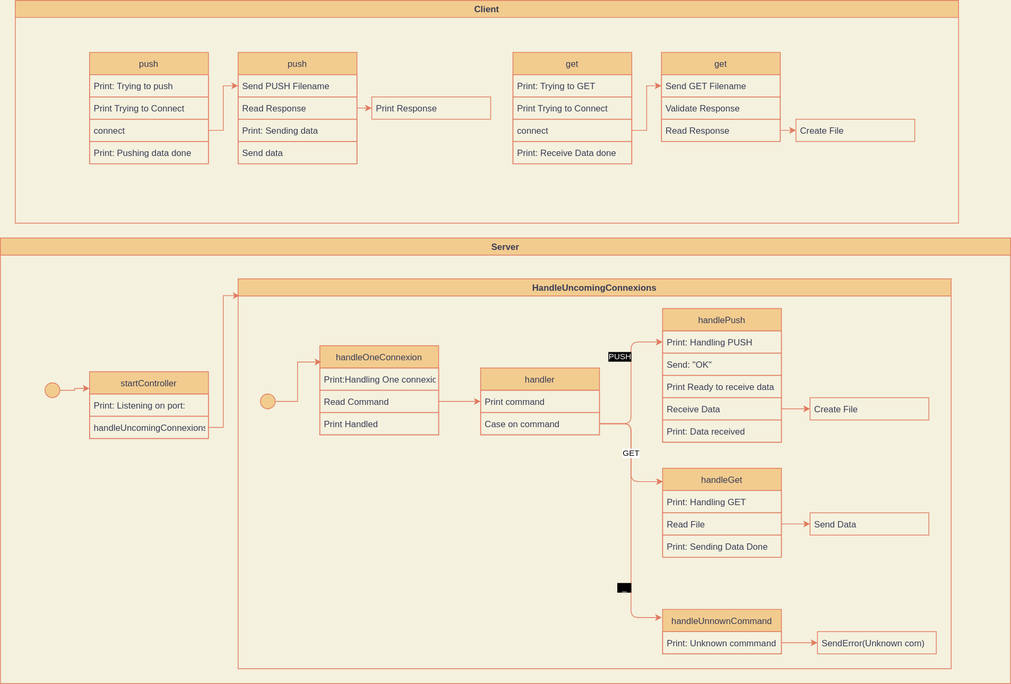
carlosfy/encrypted-storage keeps this draw.io diagram as Schema.svg. Above is the earlier version. Source tidied: cells renumbered, new cells last; positions are measured from the earlier drawing's top-left corner, leaving out a move shared by most shapes.
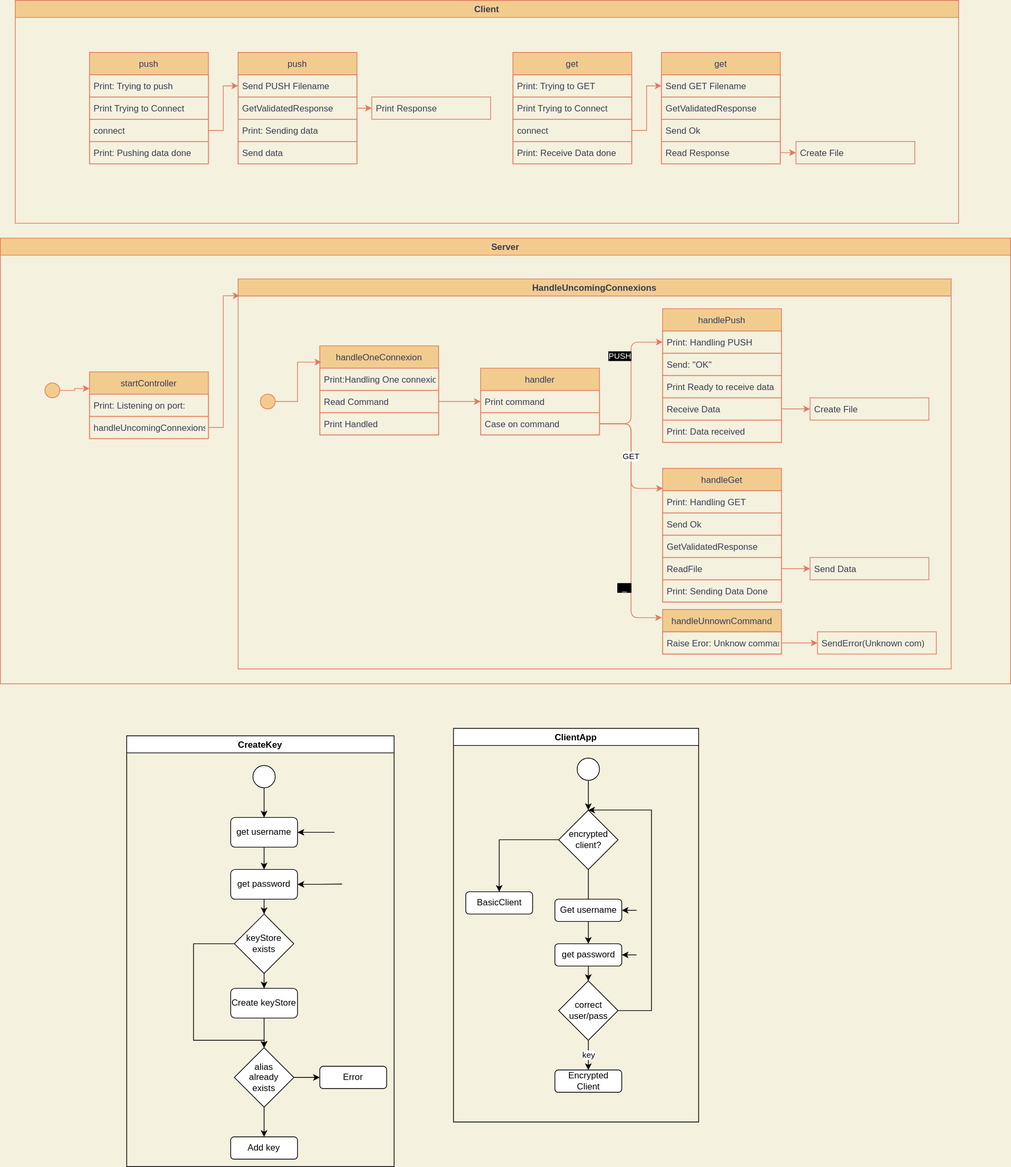
After the commit.

Commit message:
Add flowcharts to schema

Change to the diagram source:
```diff
@@ -26,7 +26,7 @@
     <mxCell id="9" value="Send PUSH Filename" style="text;strokeColor=#E07A5F;fillColor=none;align=left;verticalAlign=middle;spacingLeft=4;spacingRight=4;overflow=hidden;points=[[0,0.5],[1,0.5]];portConstraint=eastwest;fontColor=#393C56;" parent="8" vertex="1">
       <mxGeometry y="30" width="160" height="30" as="geometry" />
     </mxCell>
-    <mxCell id="10" value="Read Response" style="text;strokeColor=#E07A5F;fillColor=none;align=left;verticalAlign=middle;spacingLeft=4;spacingRight=4;overflow=hidden;points=[[0,0.5],[1,0.5]];portConstraint=eastwest;fontColor=#393C56;" parent="8" vertex="1">
+    <mxCell id="10" value="GetValidatedResponse" style="text;strokeColor=#E07A5F;fillColor=none;align=left;verticalAlign=middle;spacingLeft=4;spacingRight=4;overflow=hidden;points=[[0,0.5],[1,0.5]];portConstraint=eastwest;fontColor=#393C56;" parent="8" vertex="1">
       <mxGeometry y="60" width="160" height="30" as="geometry" />
     </mxCell>
     <mxCell id="11" value="Print: Sending data" style="text;strokeColor=#E07A5F;fillColor=none;align=left;verticalAlign=middle;spacingLeft=4;spacingRight=4;overflow=hidden;fontColor=#393C56;" parent="8" vertex="1">
@@ -60,22 +60,25 @@
       <mxGeometry y="120" width="160" height="30" as="geometry" />
     </mxCell>
     <mxCell id="21" value="get" style="swimlane;fontStyle=0;horizontal=1;startSize=30;strokeColor=#E07A5F;fillColor=#F2CC8F;fontColor=#393C56;" parent="2" vertex="1">
-      <mxGeometry x="870" y="70" width="160" height="120" as="geometry" />
+      <mxGeometry x="870" y="70" width="160" height="150" as="geometry" />
     </mxCell>
     <mxCell id="22" value="Send GET Filename" style="text;strokeColor=#E07A5F;fillColor=none;align=left;verticalAlign=middle;spacingLeft=4;spacingRight=4;overflow=hidden;points=[[0,0.5],[1,0.5]];portConstraint=eastwest;fontColor=#393C56;" parent="21" vertex="1">
       <mxGeometry y="30" width="160" height="30" as="geometry" />
     </mxCell>
-    <mxCell id="23" value="Validate Response" style="text;strokeColor=#E07A5F;fillColor=none;align=left;verticalAlign=middle;spacingLeft=4;spacingRight=4;overflow=hidden;fontColor=#393C56;" parent="21" vertex="1">
+    <mxCell id="23" value="GetValidatedResponse" style="text;strokeColor=#E07A5F;fillColor=none;align=left;verticalAlign=middle;spacingLeft=4;spacingRight=4;overflow=hidden;fontColor=#393C56;" parent="21" vertex="1">
       <mxGeometry y="60" width="160" height="30" as="geometry" />
     </mxCell>
+    <mxCell id="67" value="Send Ok" style="text;strokeColor=#E07A5F;fillColor=none;align=left;verticalAlign=middle;spacingLeft=4;spacingRight=4;overflow=hidden;fontColor=#393C56;" parent="21" vertex="1">
+      <mxGeometry y="90" width="160" height="30" as="geometry" />
+    </mxCell>
     <mxCell id="24" value="Read Response" style="text;strokeColor=#E07A5F;fillColor=none;align=left;verticalAlign=middle;spacingLeft=4;spacingRight=4;overflow=hidden;points=[[0,0.5],[1,0.5]];portConstraint=eastwest;fontColor=#393C56;" parent="21" vertex="1">
-      <mxGeometry y="90" width="160" height="30" as="geometry" />
+      <mxGeometry y="120" width="160" height="30" as="geometry" />
     </mxCell>
     <mxCell id="25" style="edgeStyle=orthogonalEdgeStyle;rounded=0;jettySize=auto;html=1;exitX=1;exitY=0.5;exitDx=0;exitDy=0;labelBackgroundColor=#F4F1DE;strokeColor=#E07A5F;fontColor=#393C56;" parent="2" edge="1" source="19" target="22">
       <mxGeometry relative="1" as="geometry" />
     </mxCell>
     <mxCell id="26" value="Create File" style="text;strokeColor=#E07A5F;fillColor=none;align=left;verticalAlign=middle;spacingLeft=4;spacingRight=4;overflow=hidden;points=[[0,0.5],[1,0.5]];portConstraint=eastwest;fontColor=#393C56;" parent="2" vertex="1">
-      <mxGeometry x="1051" y="160" width="160" height="30" as="geometry" />
+      <mxGeometry x="1051" y="190" width="160" height="30" as="geometry" />
     </mxCell>
     <mxCell id="27" style="edgeStyle=orthogonalEdgeStyle;rounded=0;jettySize=auto;html=1;exitX=1;exitY=0.5;exitDx=0;exitDy=0;labelBackgroundColor=#F4F1DE;strokeColor=#E07A5F;fontColor=#393C56;" parent="2" edge="1" source="24" target="26">
       <mxGeometry relative="1" as="geometry" />
@@ -128,7 +131,7 @@
     <mxCell id="43" value="handleUnnownCommand" style="swimlane;fontStyle=0;horizontal=1;startSize=30;strokeColor=#E07A5F;fillColor=#F2CC8F;fontColor=#393C56;" parent="32" vertex="1">
       <mxGeometry x="571.5" y="445" width="160" height="60" as="geometry" />
     </mxCell>
-    <mxCell id="44" value="Print: Unknown commmand" style="text;strokeColor=#E07A5F;fillColor=none;align=left;verticalAlign=middle;spacingLeft=4;spacingRight=4;overflow=hidden;points=[[0,0.5],[1,0.5]];portConstraint=eastwest;fontColor=#393C56;" parent="43" vertex="1">
+    <mxCell id="44" value="Raise Eror: Unknow command" style="text;strokeColor=#E07A5F;fillColor=none;align=left;verticalAlign=middle;spacingLeft=4;spacingRight=4;overflow=hidden;points=[[0,0.5],[1,0.5]];portConstraint=eastwest;fontColor=#393C56;" parent="43" vertex="1">
       <mxGeometry y="30" width="160" height="30" as="geometry" />
     </mxCell>
     <mxCell id="45" value="&amp;nbsp; _&amp;nbsp;&amp;nbsp;" style="edgeStyle=orthogonalEdgeStyle;rounded=1;jettySize=auto;html=1;exitX=1;exitY=0.5;exitDx=0;exitDy=0;entryX=-0.006;entryY=0.183;entryDx=0;entryDy=0;entryPerimeter=0;strokeColor=#E07A5F;labelBackgroundColor=#000000;fontColor=#FFFFFF;" parent="32" edge="1" source="35" target="43">
@@ -156,16 +159,22 @@
       <mxGeometry x="30" y="155" width="20" height="20" as="geometry" />
     </mxCell>
     <mxCell id="53" value="handleGet" style="swimlane;fontStyle=0;horizontal=1;startSize=30;strokeColor=#E07A5F;fillColor=#F2CC8F;fontColor=#393C56;" parent="32" vertex="1">
-      <mxGeometry x="571.5" y="255" width="160" height="120" as="geometry" />
+      <mxGeometry x="571.5" y="255" width="160" height="180" as="geometry" />
     </mxCell>
     <mxCell id="54" value="Print: Handling GET" style="text;strokeColor=#E07A5F;fillColor=none;align=left;verticalAlign=middle;spacingLeft=4;spacingRight=4;overflow=hidden;fontColor=#393C56;" parent="53" vertex="1">
       <mxGeometry y="30" width="160" height="30" as="geometry" />
     </mxCell>
+    <mxCell id="68" value="Send Ok" style="text;strokeColor=#E07A5F;fillColor=none;align=left;verticalAlign=middle;spacingLeft=4;spacingRight=4;overflow=hidden;fontColor=#393C56;" parent="53" vertex="1">
+      <mxGeometry y="60" width="160" height="30" as="geometry" />
+    </mxCell>
+    <mxCell id="69" value="GetValidatedResponse" style="text;strokeColor=#E07A5F;fillColor=none;align=left;verticalAlign=middle;spacingLeft=4;spacingRight=4;overflow=hidden;fontColor=#393C56;" parent="53" vertex="1">
+      <mxGeometry y="90" width="160" height="30" as="geometry" />
+    </mxCell>
-    <mxCell id="55" value="Read File" style="text;strokeColor=#E07A5F;fillColor=none;align=left;verticalAlign=middle;spacingLeft=4;spacingRight=4;overflow=hidden;points=[[0,0.5],[1,0.5]];portConstraint=eastwest;fontColor=#393C56;" parent="53" vertex="1">
-      <mxGeometry y="60" width="160" height="30" as="geometry" />
+    <mxCell id="55" value="ReadFile" style="text;strokeColor=#E07A5F;fillColor=none;align=left;verticalAlign=middle;spacingLeft=4;spacingRight=4;overflow=hidden;points=[[0,0.5],[1,0.5]];portConstraint=eastwest;fontColor=#393C56;" parent="53" vertex="1">
+      <mxGeometry y="120" width="160" height="30" as="geometry" />
     </mxCell>
     <mxCell id="56" value="Print: Sending Data Done" style="text;strokeColor=#E07A5F;fillColor=none;align=left;verticalAlign=middle;spacingLeft=4;spacingRight=4;overflow=hidden;fontColor=#393C56;" parent="53" vertex="1">
-      <mxGeometry y="90" width="160" height="30" as="geometry" />
+      <mxGeometry y="150" width="160" height="30" as="geometry" />
     </mxCell>
     <mxCell id="57" value="GET" style="edgeStyle=orthogonalEdgeStyle;rounded=1;jettySize=auto;html=1;exitX=1;exitY=0.5;exitDx=0;exitDy=0;entryX=0.003;entryY=0.15;entryDx=0;entryDy=0;entryPerimeter=0;fillColor=#a20025;strokeColor=#E07A5F;" parent="32" edge="1" source="35" target="53">
       <mxGeometry relative="1" as="geometry" />
@@ -177,7 +186,7 @@
       <mxGeometry relative="1" as="geometry" />
     </mxCell>
     <mxCell id="60" value="Send Data" style="text;strokeColor=#E07A5F;fillColor=none;align=left;verticalAlign=middle;spacingLeft=4;spacingRight=4;overflow=hidden;points=[[0,0.5],[1,0.5]];portConstraint=eastwest;fontColor=#393C56;" parent="32" vertex="1">
-      <mxGeometry x="770" y="315" width="160" height="30" as="geometry" />
+      <mxGeometry x="770" y="375" width="160" height="30" as="geometry" />
     </mxCell>
     <mxCell id="61" style="edgeStyle=orthogonalEdgeStyle;rounded=0;jettySize=auto;html=1;exitX=1;exitY=0.5;exitDx=0;exitDy=0;entryX=0;entryY=0.5;entryDx=0;entryDy=0;strokeColor=#E07A5F;" parent="32" edge="1" source="55" target="60">
       <mxGeometry relative="1" as="geometry" />
@@ -197,5 +206,132 @@
     <mxCell id="66" style="edgeStyle=orthogonalEdgeStyle;rounded=0;jettySize=auto;html=1;exitX=1;exitY=0.5;exitDx=0;exitDy=0;labelBackgroundColor=#F4F1DE;strokeColor=#E07A5F;fontColor=#393C56;" parent="28" edge="1" source="44" target="65">
       <mxGeometry relative="1" as="geometry" />
     </mxCell>
+    <mxCell id="70" value="ClientApp" style="swimlane;" parent="1" vertex="1">
+      <mxGeometry x="610" y="980" width="330" height="530" as="geometry" />
+    </mxCell>
+    <mxCell id="71" style="ellipse;whiteSpace=wrap;html=1;" parent="70" vertex="1">
+      <mxGeometry x="166.5" y="40" width="30" height="30" as="geometry" />
+    </mxCell>
+    <mxCell id="72" style="edgeStyle=orthogonalEdgeStyle;rounded=0;jettySize=auto;html=1;exitX=0.5;exitY=0;exitDx=0;exitDy=0;entryX=0.5;entryY=1;entryDx=0;entryDy=0;startArrow=classic;startFill=1;endArrow=none;endFill=0;strokeColor=#000000;" parent="70" edge="1" source="73" target="71">
+      <mxGeometry relative="1" as="geometry" />
+    </mxCell>
+    <mxCell id="73" value="encrypted&lt;br&gt;client?" style="rhombus;whiteSpace=wrap;html=1;" parent="70" vertex="1">
+      <mxGeometry x="141.5" y="110" width="80" height="80" as="geometry" />
+    </mxCell>
+    <mxCell id="74" style="edgeStyle=orthogonalEdgeStyle;rounded=0;jettySize=auto;html=1;entryX=0.5;entryY=1;entryDx=0;entryDy=0;startArrow=none;startFill=1;endArrow=none;endFill=0;strokeColor=#000000;" parent="70" edge="1" source="76" target="73">
+      <mxGeometry relative="1" as="geometry" />
+    </mxCell>
+    <mxCell id="75" style="edgeStyle=orthogonalEdgeStyle;rounded=0;jettySize=auto;html=1;exitX=1;exitY=0.5;exitDx=0;exitDy=0;startArrow=classic;startFill=1;endArrow=none;endFill=0;strokeColor=#000000;" parent="70" edge="1" source="76">
+      <mxGeometry relative="1" as="geometry">
+        <mxPoint x="246.5" y="245" as="targetPoint" />
+      </mxGeometry>
+    </mxCell>
+    <mxCell id="76" value="Get username" style="rounded=1;whiteSpace=wrap;html=1;" parent="70" vertex="1">
+      <mxGeometry x="136.5" y="230" width="90" height="30" as="geometry" />
+    </mxCell>
+    <mxCell id="77" style="edgeStyle=orthogonalEdgeStyle;rounded=0;jettySize=auto;html=1;exitX=0.5;exitY=0;exitDx=0;exitDy=0;entryX=0.5;entryY=1;entryDx=0;entryDy=0;startArrow=classic;startFill=1;endArrow=none;endFill=0;strokeColor=#000000;" parent="70" edge="1" source="79" target="76">
+      <mxGeometry relative="1" as="geometry" />
+    </mxCell>
+    <mxCell id="78" style="edgeStyle=orthogonalEdgeStyle;rounded=0;jettySize=auto;html=1;exitX=1;exitY=0.5;exitDx=0;exitDy=0;startArrow=classic;startFill=1;endArrow=none;endFill=0;strokeColor=#000000;" parent="70" edge="1" source="79">
+      <mxGeometry relative="1" as="geometry">
+        <mxPoint x="246.5" y="305" as="targetPoint" />
+      </mxGeometry>
+    </mxCell>
+    <mxCell id="79" value="get password" style="rounded=1;whiteSpace=wrap;html=1;" parent="70" vertex="1">
+      <mxGeometry x="136.5" y="290" width="90" height="30" as="geometry" />
+    </mxCell>
+    <mxCell id="80" style="edgeStyle=orthogonalEdgeStyle;rounded=0;jettySize=auto;html=1;exitX=0.5;exitY=0;exitDx=0;exitDy=0;startArrow=classic;startFill=1;endArrow=none;endFill=0;strokeColor=#000000;" parent="70" edge="1" source="81" target="79">
+      <mxGeometry relative="1" as="geometry" />
+    </mxCell>
+    <mxCell id="81" value="correct&lt;br&gt;user/pass" style="rhombus;whiteSpace=wrap;html=1;" parent="70" vertex="1">
+      <mxGeometry x="141.5" y="340" width="80" height="80" as="geometry" />
+    </mxCell>
+    <mxCell id="82" style="edgeStyle=orthogonalEdgeStyle;rounded=0;jettySize=auto;html=1;exitX=0.5;exitY=0;exitDx=0;exitDy=0;entryX=1;entryY=0.5;entryDx=0;entryDy=0;startArrow=classic;startFill=1;endArrow=none;endFill=0;strokeColor=#000000;" parent="70" edge="1" source="73" target="81">
+      <mxGeometry relative="1" as="geometry">
+        <Array as="points">
+          <mxPoint x="266.5" y="110" />
+          <mxPoint x="266.5" y="380" />
+        </Array>
+      </mxGeometry>
+    </mxCell>
+    <mxCell id="83" value="key" style="edgeStyle=orthogonalEdgeStyle;rounded=0;jettySize=auto;html=1;exitX=0.5;exitY=0;exitDx=0;exitDy=0;startArrow=classic;startFill=1;endArrow=none;endFill=0;strokeColor=#000000;" parent="70" edge="1" source="84" target="81">
+      <mxGeometry relative="1" as="geometry" />
+    </mxCell>
+    <mxCell id="84" value="Encrypted Client" style="rounded=1;whiteSpace=wrap;html=1;" parent="70" vertex="1">
+      <mxGeometry x="136.5" y="460" width="90" height="30" as="geometry" />
+    </mxCell>
+    <mxCell id="85" style="edgeStyle=orthogonalEdgeStyle;rounded=0;jettySize=auto;html=1;exitX=0.5;exitY=0;exitDx=0;exitDy=0;entryX=0;entryY=0.5;entryDx=0;entryDy=0;startArrow=classic;startFill=1;endArrow=none;endFill=0;strokeColor=#000000;" parent="70" edge="1" source="86" target="73">
+      <mxGeometry relative="1" as="geometry" />
+    </mxCell>
+    <mxCell id="86" value="BasicClient" style="rounded=1;whiteSpace=wrap;html=1;" parent="70" vertex="1">
+      <mxGeometry x="16.5" y="220" width="90" height="30" as="geometry" />
+    </mxCell>
+    <mxCell id="87" value="CreateKey" style="swimlane;" parent="1" vertex="1">
+      <mxGeometry x="170" y="990" width="360" height="580" as="geometry" />
+    </mxCell>
+    <mxCell id="88" style="ellipse;whiteSpace=wrap;html=1;" parent="87" vertex="1">
+      <mxGeometry x="170" y="40" width="30" height="30" as="geometry" />
+    </mxCell>
+    <mxCell id="89" style="edgeStyle=orthogonalEdgeStyle;rounded=0;jettySize=auto;html=1;exitX=1;exitY=0.5;exitDx=0;exitDy=0;startArrow=classic;startFill=1;endArrow=none;endFill=0;strokeColor=#000000;" parent="87" edge="1" source="91">
+      <mxGeometry relative="1" as="geometry">
+        <mxPoint x="280" y="130" as="targetPoint" />
+      </mxGeometry>
+    </mxCell>
+    <mxCell id="90" style="edgeStyle=orthogonalEdgeStyle;rounded=0;jettySize=auto;html=1;exitX=0.5;exitY=0;exitDx=0;exitDy=0;entryX=0.5;entryY=1;entryDx=0;entryDy=0;startArrow=classic;startFill=1;endArrow=none;endFill=0;strokeColor=#000000;" parent="87" edge="1" source="91" target="88">
+      <mxGeometry relative="1" as="geometry" />
+    </mxCell>
+    <mxCell id="91" value="get username" style="rounded=1;whiteSpace=wrap;html=1;" parent="87" vertex="1">
+      <mxGeometry x="140" y="110" width="90" height="40" as="geometry" />
+    </mxCell>
+    <mxCell id="92" style="edgeStyle=orthogonalEdgeStyle;rounded=0;jettySize=auto;html=1;exitX=0.5;exitY=0;exitDx=0;exitDy=0;entryX=0.5;entryY=1;entryDx=0;entryDy=0;startArrow=classic;startFill=1;endArrow=none;endFill=0;strokeColor=#000000;" parent="87" edge="1" source="94" target="91">
+      <mxGeometry relative="1" as="geometry" />
+    </mxCell>
+    <mxCell id="93" style="edgeStyle=orthogonalEdgeStyle;rounded=0;jettySize=auto;html=1;exitX=1;exitY=0.5;exitDx=0;exitDy=0;startArrow=classic;startFill=1;endArrow=none;endFill=0;strokeColor=#000000;" parent="87" edge="1" source="94">
+      <mxGeometry relative="1" as="geometry">
+        <mxPoint x="290" y="199.5" as="targetPoint" />
+      </mxGeometry>
+    </mxCell>
+    <mxCell id="94" value="get password" style="rounded=1;whiteSpace=wrap;html=1;" parent="87" vertex="1">
+      <mxGeometry x="140" y="180" width="90" height="40" as="geometry" />
+    </mxCell>
+    <mxCell id="95" value="alias&lt;br&gt;already&lt;br&gt;exists" style="rhombus;whiteSpace=wrap;html=1;" parent="87" vertex="1">
+      <mxGeometry x="145" y="420" width="80" height="80" as="geometry" />
+    </mxCell>
+    <mxCell id="96" style="edgeStyle=orthogonalEdgeStyle;rounded=0;jettySize=auto;html=1;exitX=0;exitY=0.5;exitDx=0;exitDy=0;entryX=1;entryY=0.5;entryDx=0;entryDy=0;startArrow=classic;startFill=1;endArrow=none;endFill=0;strokeColor=#000000;" parent="87" edge="1" source="97" target="95">
+      <mxGeometry relative="1" as="geometry" />
+    </mxCell>
+    <mxCell id="97" value="Error" style="rounded=1;whiteSpace=wrap;html=1;" parent="87" vertex="1">
+      <mxGeometry x="260" y="445" width="90" height="30" as="geometry" />
+    </mxCell>
+    <mxCell id="98" value="Create keyStore" style="rounded=1;whiteSpace=wrap;html=1;" parent="87" vertex="1">
+      <mxGeometry x="140" y="340" width="90" height="40" as="geometry" />
+    </mxCell>
+    <mxCell id="99" style="edgeStyle=orthogonalEdgeStyle;rounded=0;jettySize=auto;html=1;exitX=0.5;exitY=0;exitDx=0;exitDy=0;entryX=0.5;entryY=1;entryDx=0;entryDy=0;startArrow=classic;startFill=1;endArrow=none;endFill=0;strokeColor=#000000;" parent="87" edge="1" source="95" target="98">
+      <mxGeometry relative="1" as="geometry" />
+    </mxCell>
+    <mxCell id="100" style="edgeStyle=orthogonalEdgeStyle;rounded=0;jettySize=auto;html=1;exitX=0.5;exitY=0;exitDx=0;exitDy=0;startArrow=classic;startFill=1;endArrow=none;endFill=0;strokeColor=#000000;" parent="87" edge="1" source="101" target="94">
+      <mxGeometry relative="1" as="geometry" />
+    </mxCell>
+    <mxCell id="101" value="keyStore&lt;br&gt;exists" style="rhombus;whiteSpace=wrap;html=1;" parent="87" vertex="1">
+      <mxGeometry x="145" y="240" width="80" height="80" as="geometry" />
+    </mxCell>
+    <mxCell id="102" style="edgeStyle=orthogonalEdgeStyle;rounded=0;jettySize=auto;html=1;exitX=0.5;exitY=0;exitDx=0;exitDy=0;startArrow=classic;startFill=1;endArrow=none;endFill=0;strokeColor=#000000;entryX=0;entryY=0.5;entryDx=0;entryDy=0;" parent="87" edge="1" source="95" target="101">
+      <mxGeometry relative="1" as="geometry">
+        <Array as="points">
+          <mxPoint x="185" y="410" />
+          <mxPoint x="90" y="410" />
+          <mxPoint x="90" y="280" />
+        </Array>
+      </mxGeometry>
+    </mxCell>
+    <mxCell id="103" style="edgeStyle=orthogonalEdgeStyle;rounded=0;jettySize=auto;html=1;exitX=0.5;exitY=0;exitDx=0;exitDy=0;startArrow=classic;startFill=1;endArrow=none;endFill=0;strokeColor=#000000;" parent="87" edge="1" source="98" target="101">
+      <mxGeometry relative="1" as="geometry" />
+    </mxCell>
+    <mxCell id="104" style="edgeStyle=orthogonalEdgeStyle;rounded=0;jettySize=auto;html=1;exitX=0.5;exitY=0;exitDx=0;exitDy=0;entryX=0.5;entryY=1;entryDx=0;entryDy=0;startArrow=classic;startFill=1;endArrow=none;endFill=0;strokeColor=#000000;" parent="87" edge="1" source="105" target="95">
+      <mxGeometry relative="1" as="geometry" />
+    </mxCell>
+    <mxCell id="105" value="Add key" style="rounded=1;whiteSpace=wrap;html=1;" parent="87" vertex="1">
+      <mxGeometry x="140" y="540" width="90" height="30" as="geometry" />
+    </mxCell>
   </root>
 </mxGraphModel>
```
